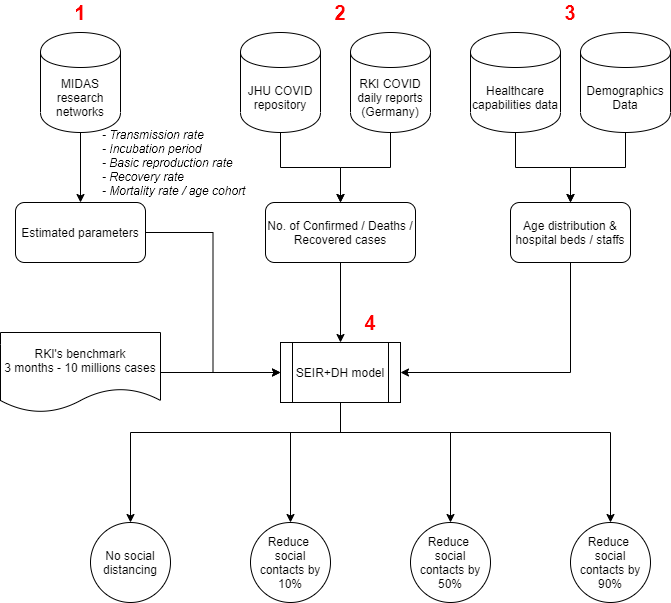
Before: img/COVID 19 DE simulation.png, a diagram exported from draw.io (o0oBluePhoenixo0o/COVID_19-Social-Dist-Simulation). Source tidied: cells renumbered, new cells last; positions are measured from the earlier drawing's top-left corner, leaving out a move shared by most shapes.
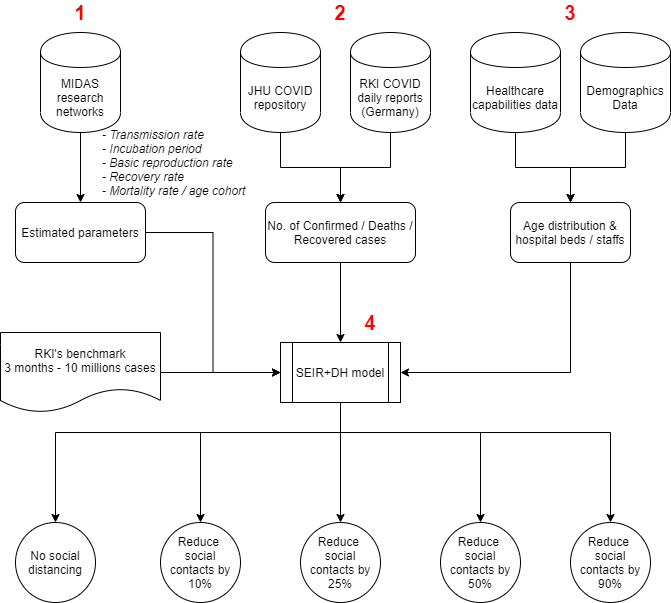
After the change.

Change to the diagram source:
```diff
@@ -54,7 +54,7 @@
       <mxGeometry relative="1" as="geometry">
         <Array as="points">
           <mxPoint x="340" y="430" />
-          <mxPoint x="130" y="430" />
+          <mxPoint x="55" y="430" />
         </Array>
       </mxGeometry>
     </mxCell>
@@ -62,7 +62,7 @@
       <mxGeometry relative="1" as="geometry">
         <Array as="points">
           <mxPoint x="340" y="430" />
-          <mxPoint x="290" y="430" />
+          <mxPoint x="200" y="430" />
         </Array>
       </mxGeometry>
     </mxCell>
@@ -70,7 +70,7 @@
       <mxGeometry relative="1" as="geometry">
         <Array as="points">
           <mxPoint x="340" y="430" />
-          <mxPoint x="450" y="430" />
+          <mxPoint x="480" y="430" />
         </Array>
       </mxGeometry>
     </mxCell>
@@ -82,6 +82,9 @@
         </Array>
       </mxGeometry>
     </mxCell>
+    <mxCell id="34" style="edgeStyle=orthogonalEdgeStyle;rounded=0;jettySize=auto;html=1;" parent="1" edge="1" source="22" target="35">
+      <mxGeometry relative="1" as="geometry" />
+    </mxCell>
     <mxCell id="22" value="SEIR+DH model" style="shape=process;whiteSpace=wrap;html=1;backgroundOutline=1;" parent="1" vertex="1">
       <mxGeometry x="280" y="340" width="120" height="60" as="geometry" />
     </mxCell>
@@ -107,16 +110,19 @@
       <mxGeometry x="350" y="310" width="40" height="20" as="geometry" />
     </mxCell>
     <mxCell id="30" value="No social distancing" style="ellipse;whiteSpace=wrap;html=1;" parent="1" vertex="1">
-      <mxGeometry x="90" y="520" width="80" height="80" as="geometry" />
+      <mxGeometry x="15" y="520" width="80" height="80" as="geometry" />
     </mxCell>
     <mxCell id="31" value="Reduce &lt;br&gt;social contacts by 10%" style="ellipse;whiteSpace=wrap;html=1;" parent="1" vertex="1">
-      <mxGeometry x="250" y="520" width="80" height="80" as="geometry" />
+      <mxGeometry x="160" y="520" width="80" height="80" as="geometry" />
     </mxCell>
     <mxCell id="32" value="Reduce &lt;br&gt;social contacts by 50%" style="ellipse;whiteSpace=wrap;html=1;" parent="1" vertex="1">
-      <mxGeometry x="410" y="520" width="80" height="80" as="geometry" />
+      <mxGeometry x="440" y="520" width="80" height="80" as="geometry" />
     </mxCell>
     <mxCell id="33" value="Reduce &lt;br&gt;social contacts by 90%" style="ellipse;whiteSpace=wrap;html=1;" parent="1" vertex="1">
       <mxGeometry x="570" y="520" width="80" height="80" as="geometry" />
     </mxCell>
+    <mxCell id="35" value="Reduce &lt;br&gt;social contacts by 25%" style="ellipse;whiteSpace=wrap;html=1;" parent="1" vertex="1">
+      <mxGeometry x="300" y="520" width="80" height="80" as="geometry" />
+    </mxCell>
   </root>
 </mxGraphModel>
```
